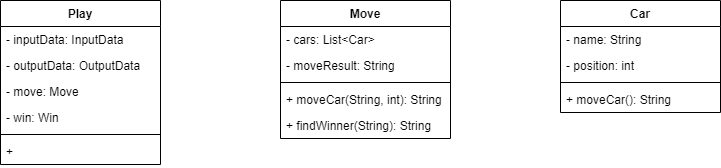
Earlier version of the draw.io export class_diagram.png (chanhl22/car-racing-game). Source tidied: cells renumbered, new cells last; positions are measured from the earlier drawing's top-left corner, leaving out a move shared by most shapes.
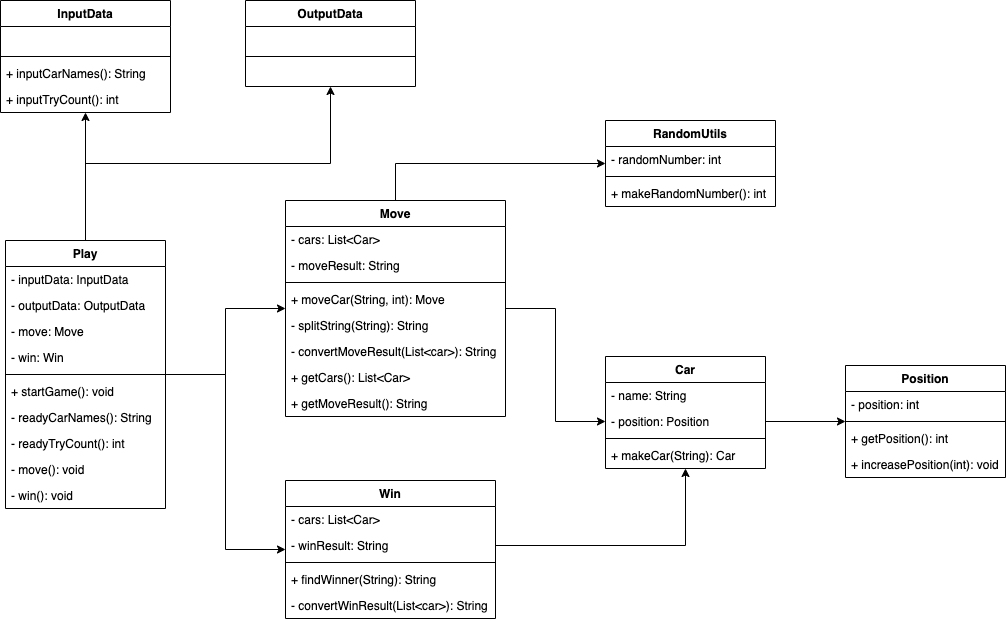
After the commit.

Commit message:
feat: 클래스 다이어그램

Change to the diagram source:
```diff
@@ -2,8 +2,20 @@
   <root>
     <mxCell id="0" />
     <mxCell id="1" parent="0" />
+    <mxCell id="20" style="edgeStyle=orthogonalEdgeStyle;rounded=0;jettySize=auto;html=1;exitX=0.5;exitY=0;exitDx=0;exitDy=0;" parent="1" edge="1" source="2" target="49">
+      <mxGeometry relative="1" as="geometry" />
+    </mxCell>
+    <mxCell id="21" style="edgeStyle=orthogonalEdgeStyle;rounded=0;jettySize=auto;html=1;exitX=0.5;exitY=0;exitDx=0;exitDy=0;" parent="1" edge="1" source="2" target="54">
+      <mxGeometry relative="1" as="geometry" />
+    </mxCell>
+    <mxCell id="22" style="edgeStyle=orthogonalEdgeStyle;rounded=0;jettySize=auto;html=1;" parent="1" edge="1" source="2" target="9">
+      <mxGeometry relative="1" as="geometry" />
+    </mxCell>
+    <mxCell id="23" style="edgeStyle=orthogonalEdgeStyle;rounded=0;jettySize=auto;html=1;" parent="1" edge="1" source="2" target="40">
+      <mxGeometry relative="1" as="geometry" />
+    </mxCell>
     <mxCell id="2" value="Play" style="swimlane;fontStyle=1;align=center;verticalAlign=top;horizontal=1;startSize=26;" parent="1" vertex="1">
-      <mxGeometry width="160" height="164" as="geometry" />
+      <mxGeometry x="80" y="40" width="160" height="268" as="geometry" />
     </mxCell>
     <mxCell id="3" value="- inputData: InputData" style="text;strokeColor=none;fillColor=none;align=left;verticalAlign=top;spacingLeft=4;spacingRight=4;overflow=hidden;" parent="2" vertex="1">
       <mxGeometry y="26" width="160" height="26" as="geometry" />
@@ -20,41 +32,146 @@
     <mxCell id="7" style="line;strokeWidth=1;fillColor=none;align=left;verticalAlign=middle;spacingTop=-1;spacingLeft=3;spacingRight=3;labelPosition=right;" parent="2" vertex="1">
       <mxGeometry y="130" width="160" height="8" as="geometry" />
     </mxCell>
-    <mxCell id="8" value="+ " style="text;strokeColor=none;fillColor=none;align=left;verticalAlign=top;spacingLeft=4;spacingRight=4;overflow=hidden;" parent="2" vertex="1">
+    <mxCell id="8" value="+ startGame(): void" style="text;strokeColor=none;fillColor=none;align=left;verticalAlign=top;spacingLeft=4;spacingRight=4;overflow=hidden;" parent="2" vertex="1">
       <mxGeometry y="138" width="160" height="26" as="geometry" />
     </mxCell>
+    <mxCell id="24" value="- readyCarNames(): String" style="text;strokeColor=none;fillColor=none;align=left;verticalAlign=top;spacingLeft=4;spacingRight=4;overflow=hidden;" parent="2" vertex="1">
+      <mxGeometry y="164" width="160" height="26" as="geometry" />
+    </mxCell>
+    <mxCell id="25" value="- readyTryCount(): int" style="text;strokeColor=none;fillColor=none;align=left;verticalAlign=top;spacingLeft=4;spacingRight=4;overflow=hidden;" parent="2" vertex="1">
+      <mxGeometry y="190" width="160" height="26" as="geometry" />
+    </mxCell>
+    <mxCell id="26" value="- move(): void" style="text;strokeColor=none;fillColor=none;align=left;verticalAlign=top;spacingLeft=4;spacingRight=4;overflow=hidden;" parent="2" vertex="1">
+      <mxGeometry y="216" width="160" height="26" as="geometry" />
+    </mxCell>
+    <mxCell id="27" value="- win(): void" style="text;strokeColor=none;fillColor=none;align=left;verticalAlign=top;spacingLeft=4;spacingRight=4;overflow=hidden;" parent="2" vertex="1">
+      <mxGeometry y="242" width="160" height="26" as="geometry" />
+    </mxCell>
+    <mxCell id="28" style="edgeStyle=orthogonalEdgeStyle;rounded=0;jettySize=auto;html=1;entryX=0;entryY=0.5;entryDx=0;entryDy=0;" parent="1" edge="1" source="9" target="17">
+      <mxGeometry relative="1" as="geometry" />
+    </mxCell>
+    <mxCell id="29" style="edgeStyle=orthogonalEdgeStyle;rounded=0;jettySize=auto;html=1;exitX=0.5;exitY=0;exitDx=0;exitDy=0;" parent="1" edge="1" source="9" target="45">
+      <mxGeometry relative="1" as="geometry" />
+    </mxCell>
     <mxCell id="9" value="Move" style="swimlane;fontStyle=1;align=center;verticalAlign=top;horizontal=1;startSize=26;" parent="1" vertex="1">
-      <mxGeometry x="280" width="170" height="138" as="geometry" />
+      <mxGeometry x="360" width="220" height="216" as="geometry" />
     </mxCell>
     <mxCell id="10" value="- cars: List&lt;Car&gt;" style="text;strokeColor=none;fillColor=none;align=left;verticalAlign=top;spacingLeft=4;spacingRight=4;overflow=hidden;" parent="9" vertex="1">
-      <mxGeometry y="26" width="170" height="26" as="geometry" />
+      <mxGeometry y="26" width="220" height="26" as="geometry" />
     </mxCell>
     <mxCell id="11" value="- moveResult: String" style="text;strokeColor=none;fillColor=none;align=left;verticalAlign=top;spacingLeft=4;spacingRight=4;overflow=hidden;" parent="9" vertex="1">
-      <mxGeometry y="52" width="170" height="26" as="geometry" />
+      <mxGeometry y="52" width="220" height="26" as="geometry" />
     </mxCell>
     <mxCell id="12" style="line;strokeWidth=1;fillColor=none;align=left;verticalAlign=middle;spacingTop=-1;spacingLeft=3;spacingRight=3;labelPosition=right;" parent="9" vertex="1">
-      <mxGeometry y="78" width="170" height="8" as="geometry" />
+      <mxGeometry y="78" width="220" height="8" as="geometry" />
     </mxCell>
-    <mxCell id="13" value="+ moveCar(String, int): String" style="text;strokeColor=none;fillColor=none;align=left;verticalAlign=top;spacingLeft=4;spacingRight=4;overflow=hidden;" parent="9" vertex="1">
-      <mxGeometry y="86" width="170" height="26" as="geometry" />
+    <mxCell id="13" value="+ moveCar(String, int): Move" style="text;strokeColor=none;fillColor=none;align=left;verticalAlign=top;spacingLeft=4;spacingRight=4;overflow=hidden;" parent="9" vertex="1">
+      <mxGeometry y="86" width="220" height="26" as="geometry" />
     </mxCell>
-    <mxCell id="14" value="+ findWinner(String): String" style="text;strokeColor=none;fillColor=none;align=left;verticalAlign=top;spacingLeft=4;spacingRight=4;overflow=hidden;" parent="9" vertex="1">
-      <mxGeometry y="112" width="170" height="26" as="geometry" />
-    </mxCell>
+    <mxCell id="30" value="- splitString(String): String" style="text;strokeColor=none;fillColor=none;align=left;verticalAlign=top;spacingLeft=4;spacingRight=4;overflow=hidden;" parent="9" vertex="1">
+      <mxGeometry y="112" width="220" height="26" as="geometry" />
+    </mxCell>
+    <mxCell id="31" value="- convertMoveResult(List&lt;car&gt;): String" style="text;strokeColor=none;fillColor=none;align=left;verticalAlign=top;spacingLeft=4;spacingRight=4;overflow=hidden;" parent="9" vertex="1">
+      <mxGeometry y="138" width="220" height="26" as="geometry" />
+    </mxCell>
+    <mxCell id="32" value="+ getCars(): List&lt;Car&gt;" style="text;strokeColor=none;fillColor=none;align=left;verticalAlign=top;spacingLeft=4;spacingRight=4;overflow=hidden;" parent="9" vertex="1">
+      <mxGeometry y="164" width="220" height="26" as="geometry" />
+    </mxCell>
+    <mxCell id="33" value="+ getMoveResult(): String" style="text;strokeColor=none;fillColor=none;align=left;verticalAlign=top;spacingLeft=4;spacingRight=4;overflow=hidden;" parent="9" vertex="1">
+      <mxGeometry y="190" width="220" height="26" as="geometry" />
+    </mxCell>
     <mxCell id="15" value="Car" style="swimlane;fontStyle=1;align=center;verticalAlign=top;horizontal=1;startSize=26;" parent="1" vertex="1">
-      <mxGeometry x="560" width="160" height="112" as="geometry" />
+      <mxGeometry x="680" y="156" width="160" height="112" as="geometry" />
     </mxCell>
     <mxCell id="16" value="- name: String" style="text;strokeColor=none;fillColor=none;align=left;verticalAlign=top;spacingLeft=4;spacingRight=4;overflow=hidden;" parent="15" vertex="1">
       <mxGeometry y="26" width="160" height="26" as="geometry" />
     </mxCell>
-    <mxCell id="17" value="- position: int" style="text;strokeColor=none;fillColor=none;align=left;verticalAlign=top;spacingLeft=4;spacingRight=4;overflow=hidden;points=[[0,0.5],[1,0.5]];portConstraint=eastwest;" parent="15" vertex="1">
+    <mxCell id="17" value="- position: Position" style="text;strokeColor=none;fillColor=none;align=left;verticalAlign=top;spacingLeft=4;spacingRight=4;overflow=hidden;points=[[0,0.5],[1,0.5]];portConstraint=eastwest;" parent="15" vertex="1">
       <mxGeometry y="52" width="160" height="26" as="geometry" />
     </mxCell>
     <mxCell id="18" style="line;strokeWidth=1;fillColor=none;align=left;verticalAlign=middle;spacingTop=-1;spacingLeft=3;spacingRight=3;labelPosition=right;" parent="15" vertex="1">
       <mxGeometry y="78" width="160" height="8" as="geometry" />
     </mxCell>
-    <mxCell id="19" value="+ moveCar(): String" style="text;strokeColor=none;fillColor=none;align=left;verticalAlign=top;spacingLeft=4;spacingRight=4;overflow=hidden;" parent="15" vertex="1">
-      <mxGeometry y="86" width="160" height="26" as="geometry" />
-    </mxCell>
+    <mxCell id="34" value="+ makeCar(String): Car" style="text;strokeColor=none;fillColor=none;align=left;verticalAlign=top;spacingLeft=4;spacingRight=4;overflow=hidden;" parent="15" vertex="1">
+      <mxGeometry y="86" width="160" height="26" as="geometry" />
+    </mxCell>
+    <mxCell id="35" value="Position" style="swimlane;fontStyle=1;align=center;verticalAlign=top;horizontal=1;startSize=26;" parent="1" vertex="1">
+      <mxGeometry x="920" y="165" width="160" height="112" as="geometry" />
+    </mxCell>
+    <mxCell id="36" value="- position: int" style="text;strokeColor=none;fillColor=none;align=left;verticalAlign=top;spacingLeft=4;spacingRight=4;overflow=hidden;" parent="35" vertex="1">
+      <mxGeometry y="26" width="160" height="26" as="geometry" />
+    </mxCell>
+    <mxCell id="37" style="line;strokeWidth=1;fillColor=none;align=left;verticalAlign=middle;spacingTop=-1;spacingLeft=3;spacingRight=3;labelPosition=right;" parent="35" vertex="1">
+      <mxGeometry y="52" width="160" height="8" as="geometry" />
+    </mxCell>
+    <mxCell id="38" value="+ getPosition(): int" style="text;strokeColor=none;fillColor=none;align=left;verticalAlign=top;spacingLeft=4;spacingRight=4;overflow=hidden;" parent="35" vertex="1">
+      <mxGeometry y="60" width="160" height="26" as="geometry" />
+    </mxCell>
+    <mxCell id="39" value="+ increasePosition(int): void" style="text;strokeColor=none;fillColor=none;align=left;verticalAlign=top;spacingLeft=4;spacingRight=4;overflow=hidden;" parent="35" vertex="1">
+      <mxGeometry y="86" width="160" height="26" as="geometry" />
+    </mxCell>
+    <mxCell id="40" value="Win" style="swimlane;fontStyle=1;align=center;verticalAlign=top;horizontal=1;startSize=26;" parent="1" vertex="1">
+      <mxGeometry x="360" y="280" width="210" height="138" as="geometry" />
+    </mxCell>
+    <mxCell id="41" value="- cars: List&lt;Car&gt;" style="text;strokeColor=none;fillColor=none;align=left;verticalAlign=top;spacingLeft=4;spacingRight=4;overflow=hidden;" parent="40" vertex="1">
+      <mxGeometry y="26" width="210" height="26" as="geometry" />
+    </mxCell>
+    <mxCell id="42" value="- winResult: String" style="text;strokeColor=none;fillColor=none;align=left;verticalAlign=top;spacingLeft=4;spacingRight=4;overflow=hidden;points=[[0,0.5],[1,0.5]];portConstraint=eastwest;" parent="40" vertex="1">
+      <mxGeometry y="52" width="210" height="26" as="geometry" />
+    </mxCell>
+    <mxCell id="43" style="line;strokeWidth=1;fillColor=none;align=left;verticalAlign=middle;spacingTop=-1;spacingLeft=3;spacingRight=3;labelPosition=right;" parent="40" vertex="1">
+      <mxGeometry y="78" width="210" height="8" as="geometry" />
+    </mxCell>
+    <mxCell id="14" value="+ findWinner(String): String" style="text;strokeColor=none;fillColor=none;align=left;verticalAlign=top;spacingLeft=4;spacingRight=4;overflow=hidden;" parent="40" vertex="1">
+      <mxGeometry y="86" width="210" height="26" as="geometry" />
+    </mxCell>
+    <mxCell id="44" value="- convertWinResult(List&lt;car&gt;): String" style="text;strokeColor=none;fillColor=none;align=left;verticalAlign=top;spacingLeft=4;spacingRight=4;overflow=hidden;" parent="40" vertex="1">
+      <mxGeometry y="112" width="210" height="26" as="geometry" />
+    </mxCell>
+    <mxCell id="45" value="RandomUtils" style="swimlane;fontStyle=1;align=center;verticalAlign=top;horizontal=1;startSize=26;" parent="1" vertex="1">
+      <mxGeometry x="680" y="-80" width="170" height="86" as="geometry" />
+    </mxCell>
+    <mxCell id="46" value="- randomNumber: int" style="text;strokeColor=none;fillColor=none;align=left;verticalAlign=top;spacingLeft=4;spacingRight=4;overflow=hidden;" parent="45" vertex="1">
+      <mxGeometry y="26" width="170" height="26" as="geometry" />
+    </mxCell>
+    <mxCell id="47" style="line;strokeWidth=1;fillColor=none;align=left;verticalAlign=middle;spacingTop=-1;spacingLeft=3;spacingRight=3;labelPosition=right;" parent="45" vertex="1">
+      <mxGeometry y="52" width="170" height="8" as="geometry" />
+    </mxCell>
+    <mxCell id="48" value="+ makeRandomNumber(): int" style="text;strokeColor=none;fillColor=none;align=left;verticalAlign=top;spacingLeft=4;spacingRight=4;overflow=hidden;" parent="45" vertex="1">
+      <mxGeometry y="60" width="170" height="26" as="geometry" />
+    </mxCell>
+    <mxCell id="49" value="InputData" style="swimlane;fontStyle=1;align=center;verticalAlign=top;horizontal=1;startSize=26;" parent="1" vertex="1">
+      <mxGeometry x="75" y="-200" width="170" height="112" as="geometry" />
+    </mxCell>
+    <mxCell id="50" value=" " style="text;strokeColor=none;fillColor=none;align=left;verticalAlign=top;spacingLeft=4;spacingRight=4;overflow=hidden;" parent="49" vertex="1">
+      <mxGeometry y="26" width="170" height="26" as="geometry" />
+    </mxCell>
+    <mxCell id="51" style="line;strokeWidth=1;fillColor=none;align=left;verticalAlign=middle;spacingTop=-1;spacingLeft=3;spacingRight=3;labelPosition=right;" parent="49" vertex="1">
+      <mxGeometry y="52" width="170" height="8" as="geometry" />
+    </mxCell>
+    <mxCell id="52" value="+ inputCarNames(): String" style="text;strokeColor=none;fillColor=none;align=left;verticalAlign=top;spacingLeft=4;spacingRight=4;overflow=hidden;" parent="49" vertex="1">
+      <mxGeometry y="60" width="170" height="26" as="geometry" />
+    </mxCell>
+    <mxCell id="53" value="+ inputTryCount(): int" style="text;strokeColor=none;fillColor=none;align=left;verticalAlign=top;spacingLeft=4;spacingRight=4;overflow=hidden;" parent="49" vertex="1">
+      <mxGeometry y="86" width="170" height="26" as="geometry" />
+    </mxCell>
+    <mxCell id="54" value="OutputData" style="swimlane;fontStyle=1;align=center;verticalAlign=top;horizontal=1;startSize=26;" parent="1" vertex="1">
+      <mxGeometry x="320" y="-200" width="170" height="86" as="geometry" />
+    </mxCell>
+    <mxCell id="55" value=" " style="text;strokeColor=none;fillColor=none;align=left;verticalAlign=top;spacingLeft=4;spacingRight=4;overflow=hidden;" parent="54" vertex="1">
+      <mxGeometry y="26" width="170" height="26" as="geometry" />
+    </mxCell>
+    <mxCell id="56" style="line;strokeWidth=1;fillColor=none;align=left;verticalAlign=middle;spacingTop=-1;spacingLeft=3;spacingRight=3;labelPosition=right;" parent="54" vertex="1">
+      <mxGeometry y="52" width="170" height="8" as="geometry" />
+    </mxCell>
+    <mxCell id="57" value=" " style="text;strokeColor=none;fillColor=none;align=left;verticalAlign=top;spacingLeft=4;spacingRight=4;overflow=hidden;" parent="54" vertex="1">
+      <mxGeometry y="60" width="170" height="26" as="geometry" />
+    </mxCell>
+    <mxCell id="58" style="edgeStyle=orthogonalEdgeStyle;rounded=0;jettySize=auto;html=1;exitX=1;exitY=0.5;exitDx=0;exitDy=0;" parent="1" edge="1" source="42" target="15">
+      <mxGeometry relative="1" as="geometry" />
+    </mxCell>
+    <mxCell id="59" style="edgeStyle=orthogonalEdgeStyle;rounded=0;jettySize=auto;html=1;exitX=1;exitY=0.5;exitDx=0;exitDy=0;" parent="1" edge="1" source="17" target="35">
+      <mxGeometry relative="1" as="geometry" />
+    </mxCell>
   </root>
 </mxGraphModel>
```
